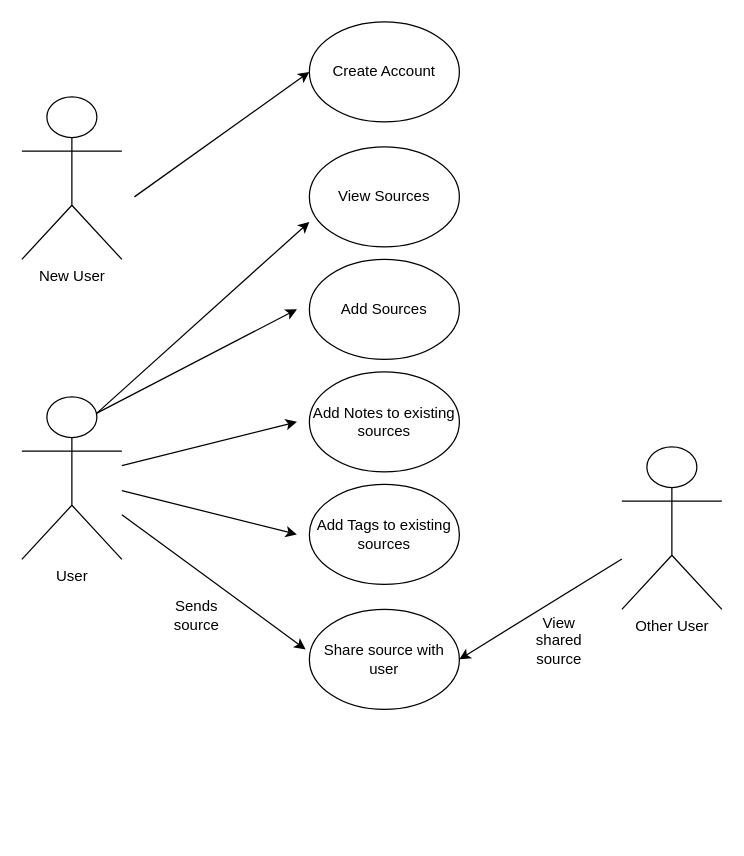
Cwill124/Group3Spring2024Capstone keeps this draw.io diagram as documentation/UseCase/Use Case Diagram.drawio. Above is the earlier version. Source tidied: cells renumbered, new cells numbered last; positions are measured from the earlier drawing's top-left corner, leaving out a move shared by most shapes. Both pictures are drawn from the tidied source at 125%, with x=0, y=0 at pixel (21, 21).
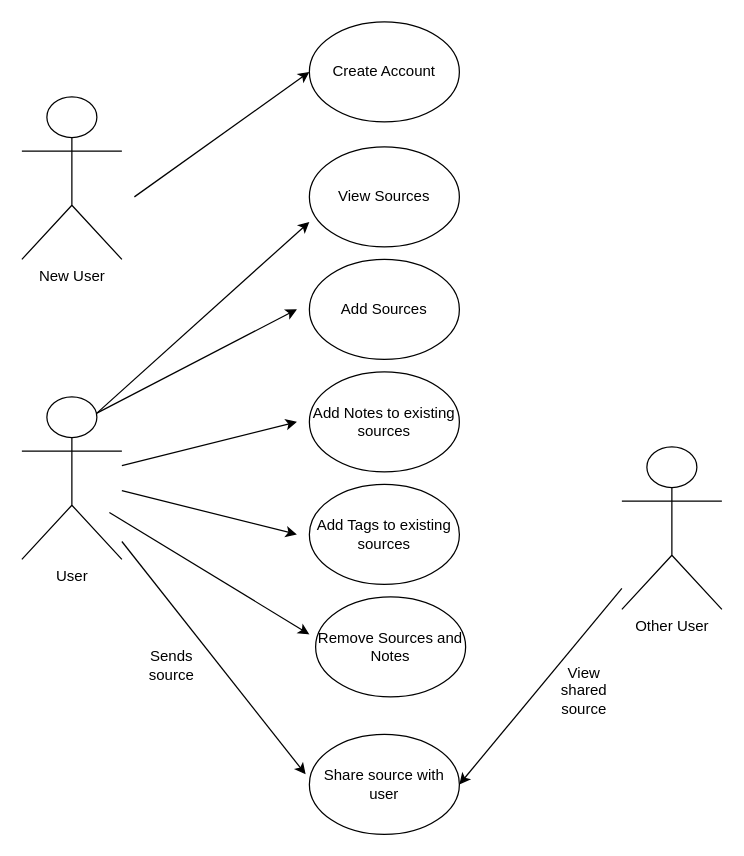
After the change.

The edit, as a diff of the source:
```diff
@@
     <mxCell id="8" value="Share source with user" style="ellipse;whiteSpace=wrap;html=1;" parent="1" vertex="1">
-      <mxGeometry x="230" y="470" width="120" height="80" as="geometry" />
+      <mxGeometry x="230" y="570" width="120" height="80" as="geometry" />
     </mxCell>
@@
     <mxCell id="13" value="View shared source" style="text;html=1;strokeColor=none;fillColor=none;align=center;verticalAlign=middle;whiteSpace=wrap;rounded=0;" parent="1" vertex="1">
-      <mxGeometry x="400" y="480" width="60" height="30" as="geometry" />
+      <mxGeometry x="420" y="520" width="60" height="30" as="geometry" />
     </mxCell>
     <mxCell id="14" value="Sends source" style="text;html=1;strokeColor=none;fillColor=none;align=center;verticalAlign=middle;whiteSpace=wrap;rounded=0;" parent="1" vertex="1">
-      <mxGeometry x="110" y="460" width="60" height="30" as="geometry" />
+      <mxGeometry x="90" y="500" width="60" height="30" as="geometry" />
     </mxCell>
@@
+    <mxCell id="20" value="Remove Sources and Notes" style="ellipse;whiteSpace=wrap;html=1;" parent="1" vertex="1">
+      <mxGeometry x="235" y="460" width="120" height="80" as="geometry" />
+    </mxCell>
+    <mxCell id="21" style="endArrow=classic;html=1;rounded=0;" parent="1" edge="1">
+      <mxGeometry relative="1" as="geometry">
+        <mxPoint x="70" y="392.5" as="sourcePoint" />
+        <mxPoint x="230" y="490" as="targetPoint" />
+      </mxGeometry>
+    </mxCell>
```
